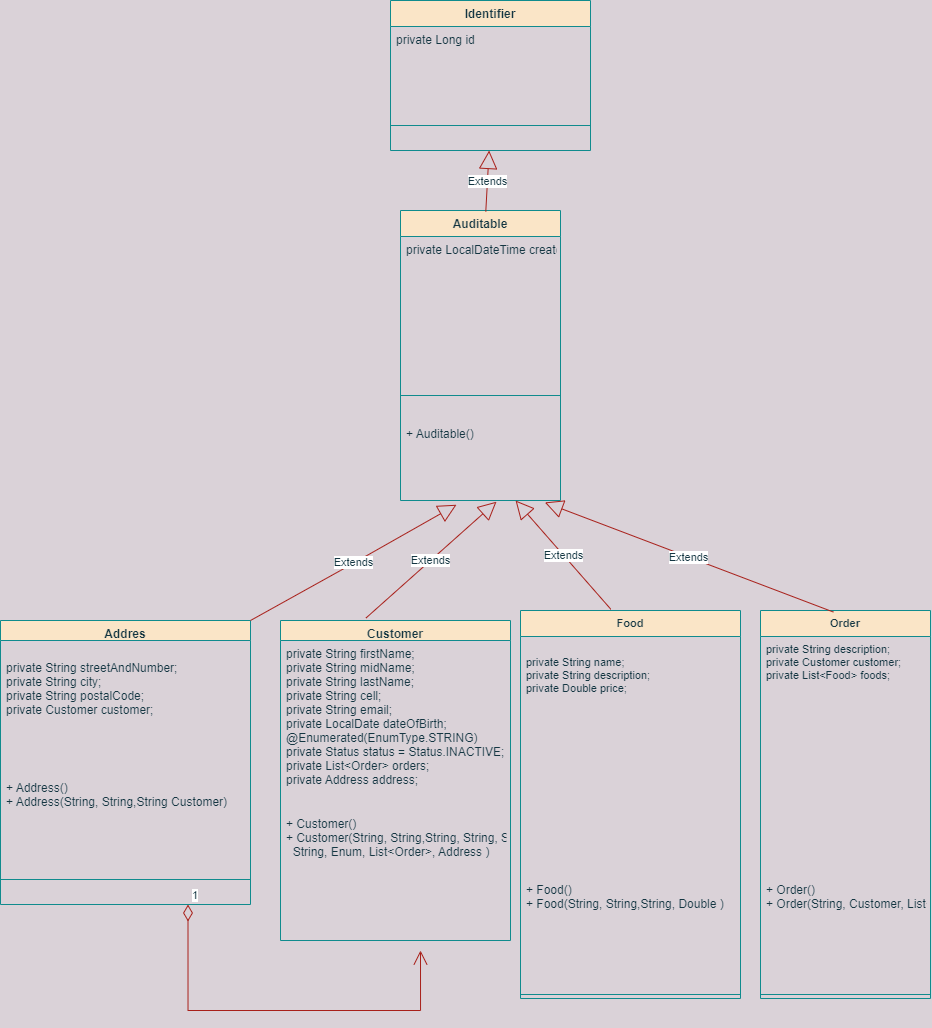
Earlier version of the draw.io export doc/class-diagram/ClassDiagram/ClassDiagram.png (Csaba79-coder/webler-feeder). Source tidied: cells renumbered, new cells last; positions are measured from the earlier drawing's top-left corner, leaving out a move shared by most shapes.
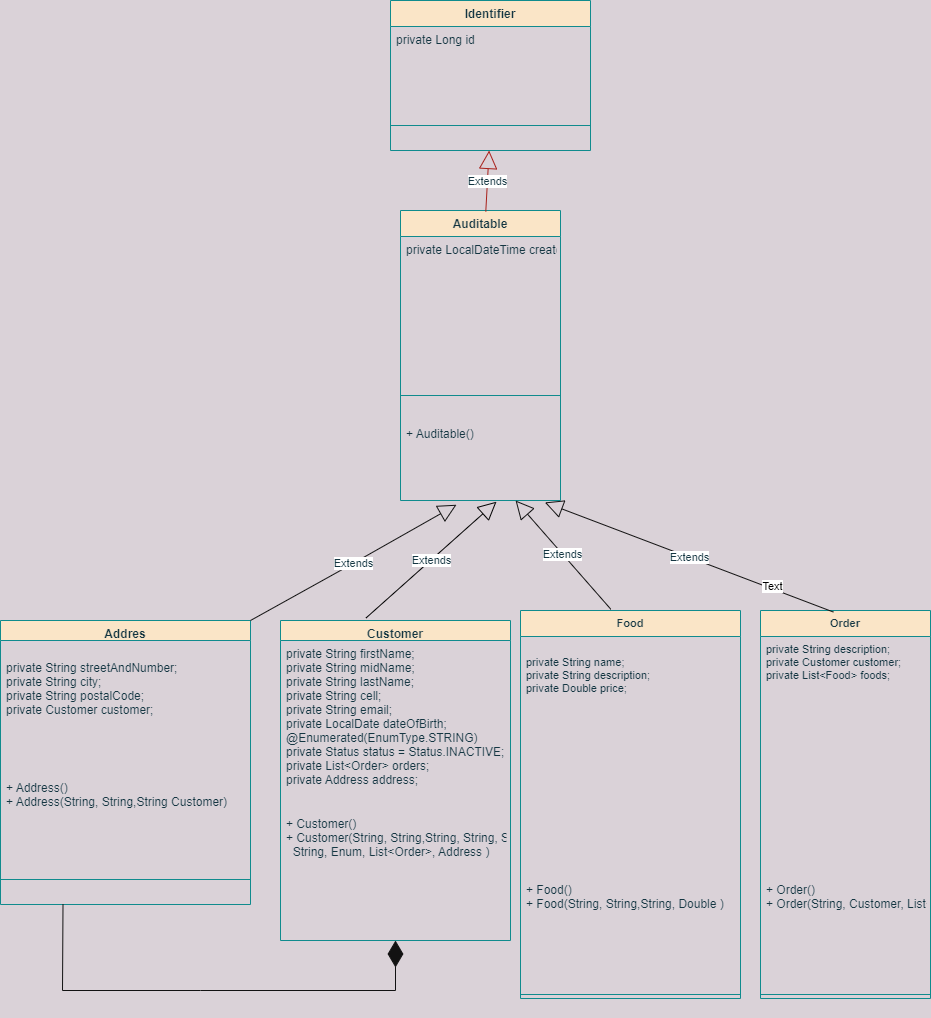
The same diagram one commit later.

Change to the diagram source:
```diff
@@ -44,7 +44,7 @@
     <mxCell id="15" value="+ Customer()&#10;+ Customer(String, String,String, String, String,&#10;  String, Enum, List&lt;Order&gt;, Address )&#10;" style="text;strokeColor=none;fillColor=none;align=left;verticalAlign=top;spacingLeft=4;spacingRight=4;overflow=hidden;points=[[0,0.5],[1,0.5]];portConstraint=eastwest;fontColor=#143642;" parent="13" vertex="1">
       <mxGeometry y="190" width="230" height="130" as="geometry" />
     </mxCell>
-    <mxCell id="16" value="Extends" style="endArrow=block;endSize=16;endFill=0;html=1;rounded=0;strokeColor=#A8201A;fontColor=#143642;fillColor=#FAE5C7;entryX=0.35;entryY=1.053;entryDx=0;entryDy=0;entryPerimeter=0;exitX=1;exitY=0;exitDx=0;exitDy=0;" parent="1" edge="1" source="9" target="5">
+    <mxCell id="16" value="Extends" style="endArrow=block;endSize=16;endFill=0;html=1;rounded=0;fontColor=#143642;entryX=0.35;entryY=1.053;entryDx=0;entryDy=0;entryPerimeter=0;exitX=1;exitY=0;exitDx=0;exitDy=0;strokeColor=#121212;" parent="1" edge="1" source="9" target="5">
       <mxGeometry relative="1" as="geometry">
         <Array as="points">
           <mxPoint x="340" y="570" />
@@ -54,7 +54,7 @@
     <mxCell id="17" value="Extends" style="endArrow=block;endSize=16;endFill=0;html=1;rounded=0;labelBackgroundColor=default;strokeColor=#A8201A;fontFamily=Helvetica;fontSize=11;fontColor=#143642;fillColor=#FAE5C7;shape=connector;exitX=0.533;exitY=0.004;exitDx=0;exitDy=0;exitPerimeter=0;" parent="1" edge="1" source="2" target="8">
       <mxGeometry relative="1" as="geometry" />
     </mxCell>
-    <mxCell id="18" value="Extends" style="endArrow=block;endSize=16;endFill=0;html=1;rounded=0;labelBackgroundColor=default;strokeColor=#A8201A;fontFamily=Helvetica;fontSize=11;fontColor=#143642;fillColor=#FAE5C7;shape=connector;exitX=0.372;exitY=-0.008;exitDx=0;exitDy=0;exitPerimeter=0;entryX=0.6;entryY=1.015;entryDx=0;entryDy=0;entryPerimeter=0;" parent="1" edge="1" source="13" target="5">
+    <mxCell id="18" value="Extends" style="endArrow=block;endSize=16;endFill=0;html=1;rounded=1;labelBackgroundColor=default;strokeColor=#000000;fontFamily=Helvetica;fontSize=11;fontColor=#143642;fillColor=#FAE5C7;shape=connector;exitX=0.372;exitY=-0.008;exitDx=0;exitDy=0;exitPerimeter=0;entryX=0.6;entryY=1.015;entryDx=0;entryDy=0;entryPerimeter=0;" parent="1" edge="1" source="13" target="5">
       <mxGeometry relative="1" as="geometry" />
     </mxCell>
     <mxCell id="19" value="Food&#10;" style="swimlane;fontStyle=1;align=center;verticalAlign=top;horizontal=1;startSize=26;strokeColor=#0F8B8D;fontFamily=Helvetica;fontSize=11;fontColor=#143642;fillColor=#FAE5C7;" parent="1" vertex="1">
@@ -69,7 +69,7 @@
     <mxCell id="22" style="line;strokeWidth=1;fillColor=none;align=left;verticalAlign=middle;spacingTop=-1;spacingLeft=3;spacingRight=3;labelPosition=right;strokeColor=inherit;fontFamily=Helvetica;fontSize=11;fontColor=#143642;" parent="19" vertex="1">
       <mxGeometry y="380" width="220" height="8" as="geometry" />
     </mxCell>
-    <mxCell id="23" value="Extends" style="endArrow=block;endSize=16;endFill=0;html=1;rounded=0;labelBackgroundColor=default;strokeColor=#A8201A;fontFamily=Helvetica;fontSize=11;fontColor=#143642;fillColor=#FAE5C7;shape=connector;exitX=0.411;exitY=-0.003;exitDx=0;exitDy=0;exitPerimeter=0;" parent="1" edge="1" source="19" target="5">
+    <mxCell id="23" value="Extends" style="endArrow=block;endSize=16;endFill=0;html=1;rounded=0;labelBackgroundColor=default;fontFamily=Helvetica;fontSize=11;fontColor=#143642;shape=connector;exitX=0.411;exitY=-0.003;exitDx=0;exitDy=0;exitPerimeter=0;strokeColor=#121212;" parent="1" edge="1" source="19" target="5">
       <mxGeometry relative="1" as="geometry" />
     </mxCell>
     <mxCell id="24" value="Order&#10;" style="swimlane;fontStyle=1;align=center;verticalAlign=top;horizontal=1;startSize=26;strokeColor=#0F8B8D;fontFamily=Helvetica;fontSize=11;fontColor=#143642;fillColor=#FAE5C7;" parent="1" vertex="1">
@@ -84,17 +84,20 @@
     <mxCell id="27" style="line;strokeWidth=1;fillColor=none;align=left;verticalAlign=middle;spacingTop=-1;spacingLeft=3;spacingRight=3;labelPosition=right;strokeColor=inherit;fontFamily=Helvetica;fontSize=11;fontColor=#143642;" parent="24" vertex="1">
       <mxGeometry y="380" width="170" height="8" as="geometry" />
     </mxCell>
-    <mxCell id="28" value="Extends" style="endArrow=block;endSize=16;endFill=0;html=1;rounded=0;labelBackgroundColor=default;strokeColor=#A8201A;fontFamily=Helvetica;fontSize=11;fontColor=#143642;fillColor=#FAE5C7;shape=connector;entryX=0.902;entryY=1.024;entryDx=0;entryDy=0;entryPerimeter=0;exitX=0.429;exitY=0.004;exitDx=0;exitDy=0;exitPerimeter=0;" parent="1" edge="1" source="24" target="5">
+    <mxCell id="28" value="Extends" style="endArrow=block;endSize=16;endFill=0;html=1;rounded=0;labelBackgroundColor=default;strokeColor=#121212;fontFamily=Helvetica;fontSize=11;fontColor=#143642;fillColor=#FAE5C7;shape=connector;entryX=0.902;entryY=1.024;entryDx=0;entryDy=0;entryPerimeter=0;exitX=0.429;exitY=0.004;exitDx=0;exitDy=0;exitPerimeter=0;" parent="1" edge="1" source="24" target="5">
       <mxGeometry relative="1" as="geometry" />
     </mxCell>
-    <mxCell id="29" value="1" style="endArrow=open;html=1;endSize=12;startArrow=diamondThin;startSize=14;startFill=0;edgeStyle=orthogonalEdgeStyle;align=left;verticalAlign=bottom;rounded=0;labelBackgroundColor=default;strokeColor=#A8201A;fontFamily=Helvetica;fontSize=11;fontColor=#143642;fillColor=#FAE5C7;shape=connector;exitX=0.75;exitY=1;exitDx=0;exitDy=0;" parent="1" edge="1" source="9">
-      <mxGeometry x="-1" y="3" relative="1" as="geometry">
-        <mxPoint x="420" y="950" as="targetPoint" />
-        <Array as="points">
-          <mxPoint x="187" y="1010" />
-          <mxPoint x="420" y="1010" />
-        </Array>
-      </mxGeometry>
-    </mxCell>
+    <mxCell id="30" value="Text" style="edgeLabel;html=1;align=center;verticalAlign=middle;" parent="28" vertex="1">
+      <mxGeometry x="-0.57" y="-3" relative="1" as="geometry" />
+    </mxCell>
+    <mxCell id="31" style="endArrow=diamondThin;endFill=1;endSize=24;html=1;rounded=0;exitX=0.25;exitY=1;exitDx=0;exitDy=0;strokeColor=#121212;" parent="1" edge="1" source="9" target="15">
+      <mxGeometry relative="1" as="geometry">
+        <Array as="points">
+          <mxPoint x="62" y="990" />
+          <mxPoint x="200" y="990" />
+          <mxPoint x="395" y="990" />
+        </Array>
+      </mxGeometry>
+    </mxCell>
   </root>
 </mxGraphModel>
```
